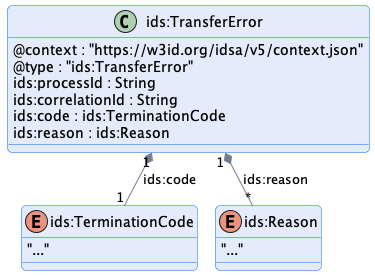
Earlier version of the PlantUML export transfer/images/transfer-error.png (International-Data-Spaces-Association/ids-specification). Its diagram source:
```plantuml
@startuml "transfer-error"
!pragma layout smetana

!include ../../diagrams/diagram.styles.puml

hide empty description


class "ids:TransferError" {
    @context : "https://w3id.org/idsa/v5/context.json"
    @type : "ids:TransferError"
    ids:processId : String
    ids:correlationId : String
    ids:code : ids:TerminationCode
    ids:reason : ids:Reason
}


enum ids:TerminationCode {
    "..."
}

enum ids:Reason {
    "..."
}

"ids:TransferError" "1" *-- "1" "ids:TerminationCode" : "ids:code"
"ids:TransferError" "1" *-- "*" "ids:Reason" : "ids:reason"

@enduml
```
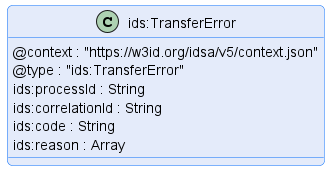
The same diagram one commit later.

Change to the diagram source:
```diff
@@ -11,20 +11,8 @@
     @type : "ids:TransferError"
     ids:processId : String
     ids:correlationId : String
-    ids:code : ids:TerminationCode
-    ids:reason : ids:Reason
+    ids:code : String
+    ids:reason : Array
 }
 
-
-enum ids:TerminationCode {
-    "..."
-}
-
-enum ids:Reason {
-    "..."
-}
-
-"ids:TransferError" "1" *-- "1" "ids:TerminationCode" : "ids:code"
-"ids:TransferError" "1" *-- "*" "ids:Reason" : "ids:reason"
-
 @enduml
```
